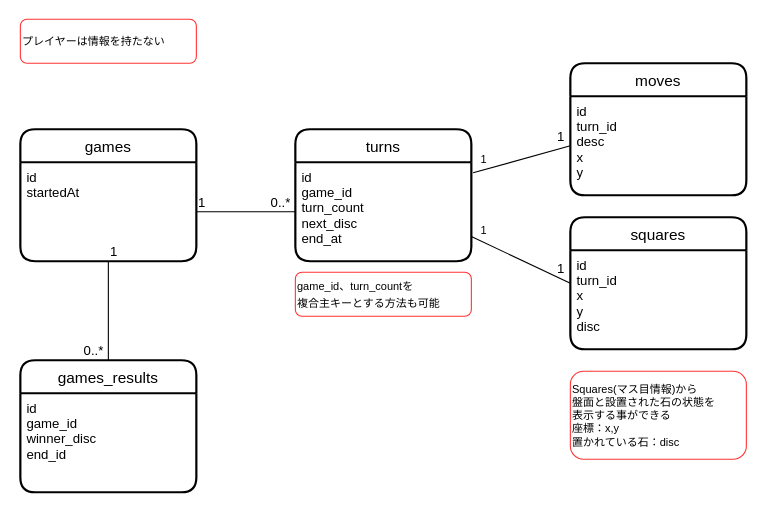
Earlier version of the draw.io diagram docs/er.drawio (naitoyuma7110/TypescriptExpress). Source tidied: cells renumbered, new cells numbered last; positions are measured from the earlier drawing's top-left corner, leaving out a move shared by most shapes. Both pictures are drawn from the tidied source at 110%, with x=0, y=0 at pixel (20, 19).
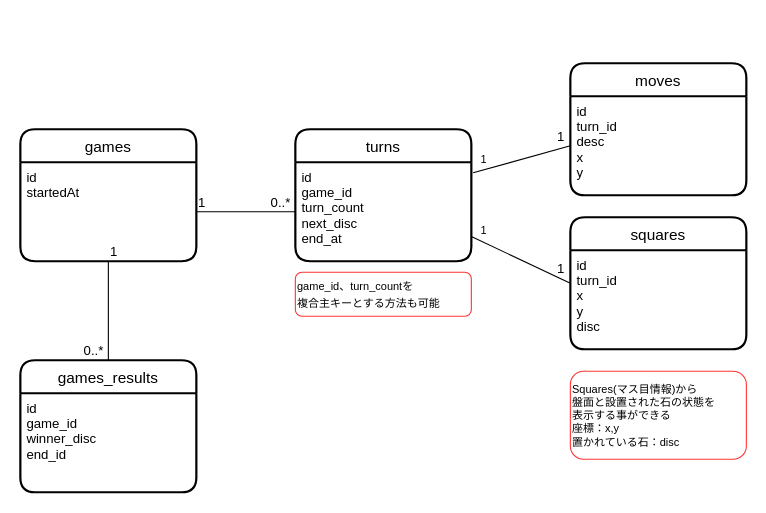
The same page after the edit.

What changed in the source:
```diff
@@
-    <mxCell id="28" value="&lt;div&gt;&lt;span&gt;プレイヤーは情報を持たない&lt;/span&gt;&lt;/div&gt;" style="rounded=1;whiteSpace=wrap;html=1;fontSize=10;strokeColor=#FF3333;align=left;" parent="1" vertex="1">
-      <mxGeometry width="160" height="40" as="geometry" />
-    </mxCell>
```
